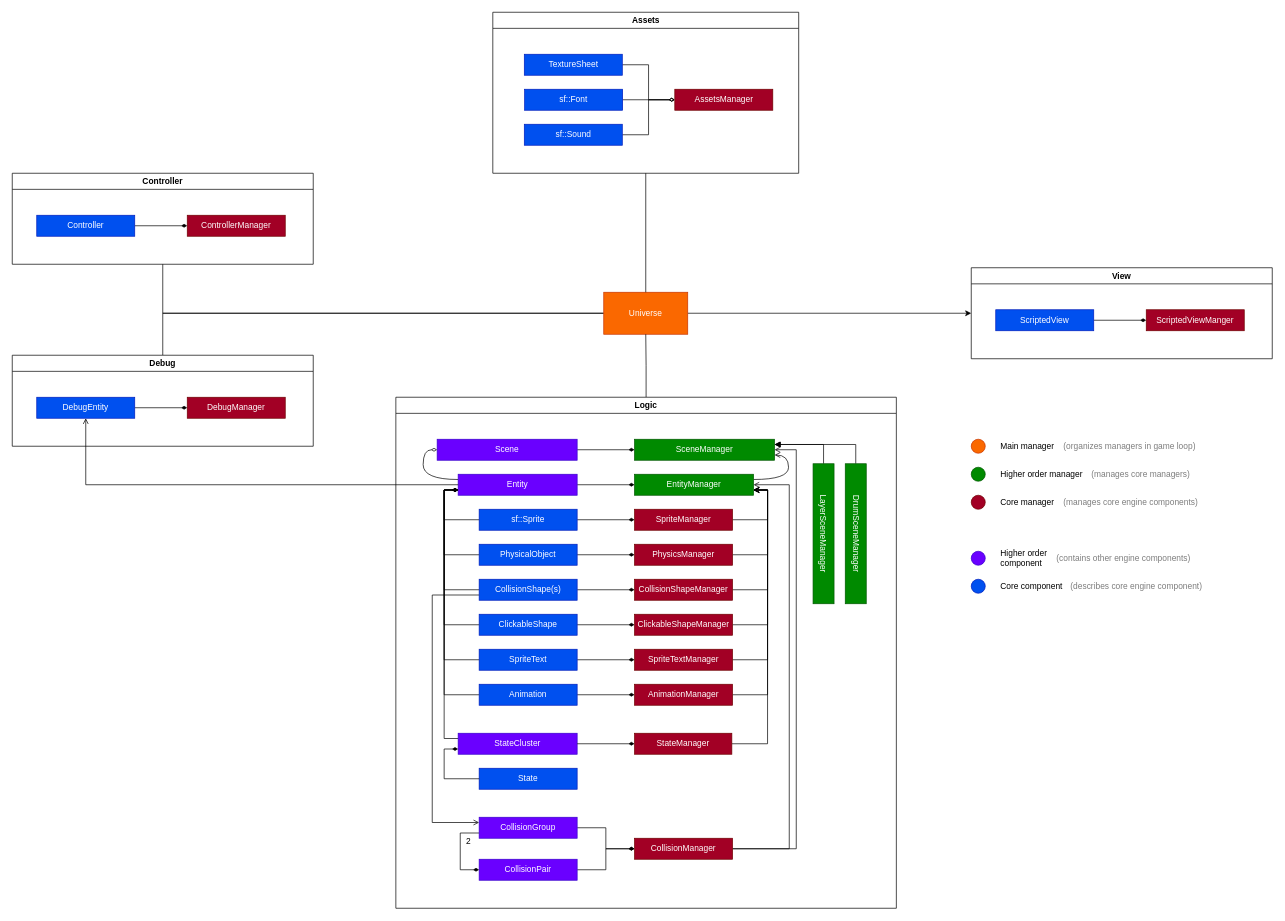
Above: notes/drawio/Engine.drawio in codeandjoy/SGE (draw.io), before the change. Source tidied: cells renumbered, new cells numbered last; positions are measured from the earlier drawing's top-left corner, leaving out a move shared by most shapes. Both pictures are drawn from the tidied source at 70%, with x=0, y=0 at pixel (12, 12).
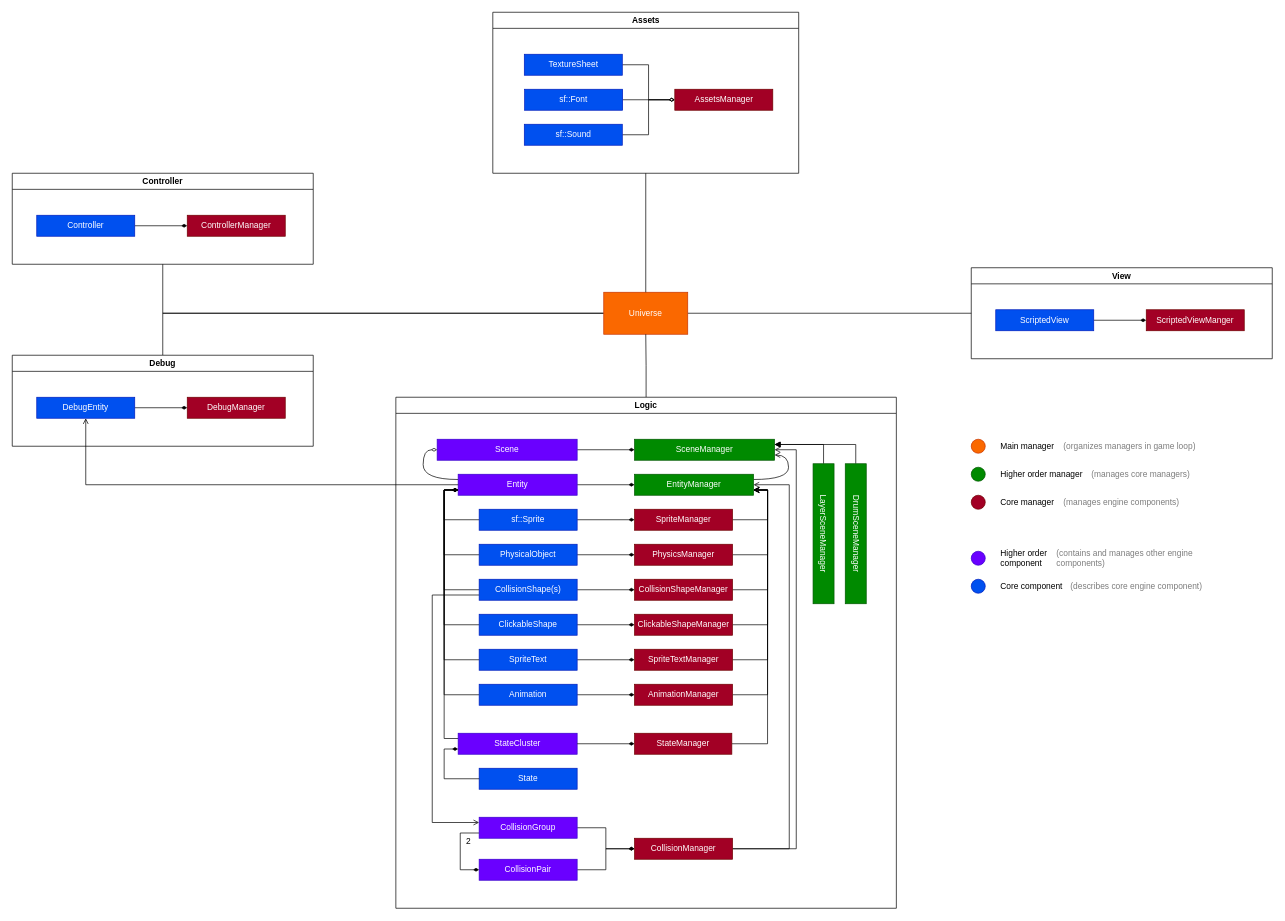
The same page after the edit.

The change refers to these unchanged cells:
```xml
<mxCell id="5" value="&lt;font color=&quot;#ffffff&quot;&gt;Universe&lt;/font&gt;" style="rounded=0;whiteSpace=wrap;html=1;fillColor=#fa6800;fontColor=#000000;strokeColor=#C73500;" parent="1" vertex="1">
  <mxGeometry x="845" y="400" width="120" height="60" as="geometry" />
</mxCell>
<mxCell id="99" value="View" style="swimlane;whiteSpace=wrap;html=1;" parent="1" vertex="1">
  <mxGeometry x="1370" y="365" width="430" height="130" as="geometry" />
</mxCell>
```

Diff of the diagram source:
```diff
@@
-    <mxCell id="4" style="edgeStyle=orthogonalEdgeStyle;rounded=0;jettySize=auto;html=1;exitX=1;exitY=0.5;exitDx=0;exitDy=0;entryX=0;entryY=0.5;entryDx=0;entryDy=0;" parent="1" edge="1" source="5" target="99">
+    <mxCell id="4" style="edgeStyle=orthogonalEdgeStyle;rounded=0;jettySize=auto;html=1;exitX=1;exitY=0.5;exitDx=0;exitDy=0;entryX=0;entryY=0.5;entryDx=0;entryDy=0;endArrow=none;endFill=0;" parent="1" edge="1" source="5" target="99">
       <mxGeometry relative="1" as="geometry" />
     </mxCell>
@@
-    <mxCell id="94" value="&lt;font color=&quot;#7d7d7d&quot;&gt;(manages core engine components)&lt;/font&gt;" style="text;html=1;strokeColor=none;fillColor=none;align=left;verticalAlign=middle;whiteSpace=wrap;rounded=0;" parent="1" vertex="1">
+    <mxCell id="94" value="&lt;font color=&quot;#7d7d7d&quot;&gt;(manages engine components)&lt;/font&gt;" style="text;html=1;strokeColor=none;fillColor=none;align=left;verticalAlign=middle;whiteSpace=wrap;rounded=0;" parent="1" vertex="1">
       <mxGeometry x="1500" y="685" width="200" height="30" as="geometry" />
     </mxCell>
@@
-    <mxCell id="98" value="&lt;font color=&quot;#7d7d7d&quot;&gt;(contains other engine components)&lt;/font&gt;" style="text;html=1;strokeColor=none;fillColor=none;align=left;verticalAlign=middle;whiteSpace=wrap;rounded=0;" parent="1" vertex="1">
+    <mxCell id="98" value="&lt;font color=&quot;#7d7d7d&quot;&gt;(contains and manages other engine components)&lt;/font&gt;" style="text;html=1;strokeColor=none;fillColor=none;align=left;verticalAlign=middle;whiteSpace=wrap;rounded=0;" parent="1" vertex="1">
       <mxGeometry x="1490" y="765" width="200" height="30" as="geometry" />
     </mxCell>
```
